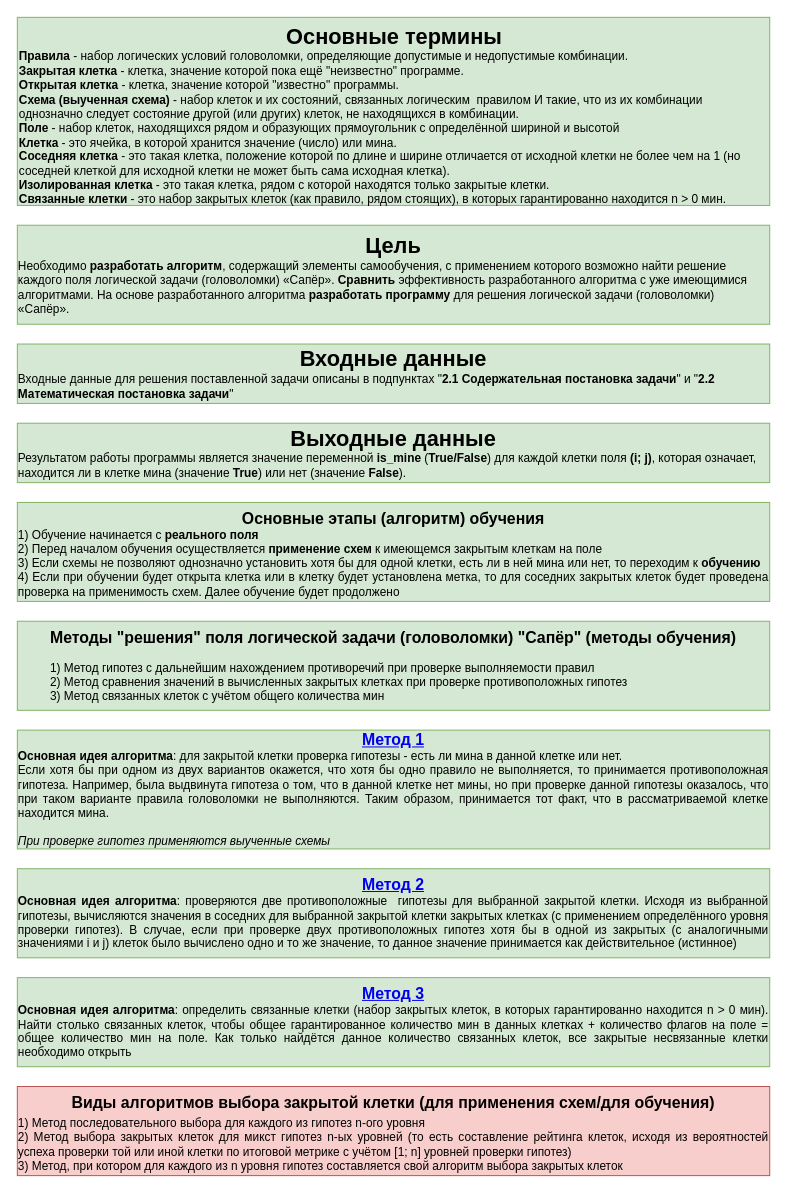
This is page "Основные данные" (2 of 11) of docs/Сапёр. Описание работы.drawio from xex238/Diploma_2022, a draw.io file, before an edit. Source tidied: cells renumbered, new cells numbered last; positions are measured from the earlier drawing's top-left corner, leaving out a move shared by most shapes. Both pictures are drawn from the tidied source at 99%, with x=0, y=0 at pixel (17, 17).
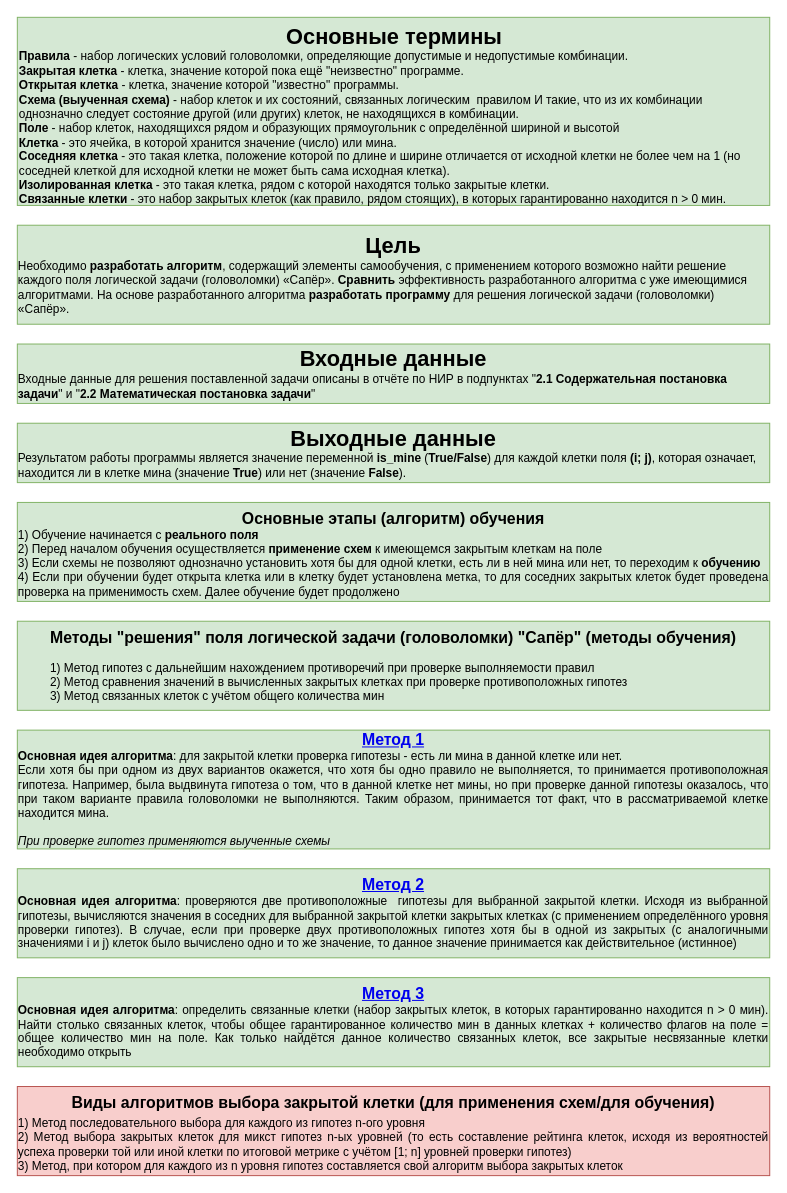
The same diagram, later.

Diff of the diagram source:
```diff
@@
 <mxGraphModel>
   <root>
     <mxCell id="0" />
     <mxCell id="1" parent="0" />
     <mxCell id="2" value="&lt;div style=&quot;text-align: center&quot;&gt;&lt;span&gt;&lt;font style=&quot;font-size: 22px&quot;&gt;&lt;b&gt;Основные термины&lt;/b&gt;&lt;/font&gt;&lt;/span&gt;&lt;/div&gt;&lt;b&gt;Правила&lt;/b&gt; - набор логических условий головоломки, определяющие допустимые и недопустимые комбинации.&lt;br&gt;&lt;b&gt;Закрытая клетка&lt;/b&gt; - клетка, значение которой пока ещё &quot;неизвестно&quot; программе.&lt;br&gt;&lt;b&gt;Открытая клетка&lt;/b&gt; - клетка, значение которой &quot;известно&quot; программы.&lt;br&gt;&lt;b&gt;Схема (выученная схема)&lt;/b&gt; - набор клеток и их состояний, связанных логическим&amp;nbsp; правилом И такие, что из их комбинации однозначно следует состояние другой (или других) клеток, не находящихся в комбинации.&lt;br&gt;&lt;b&gt;Поле&lt;/b&gt; - набор клеток, находящихся рядом и образующих прямоугольник с определённой шириной и высотой&lt;br&gt;&lt;b&gt;Клетка&lt;/b&gt; - это ячейка, в которой хранится значение (число) или мина.&lt;br&gt;&lt;b&gt;Соседняя клетка&lt;/b&gt; - это такая клетка, положение которой по длине и ширине отличается от исходной клетки не более чем на 1 (но соседней клеткой для исходной клетки не может быть сама исходная клетка).&lt;br&gt;&lt;b&gt;Изолированная клетка&lt;/b&gt; - это такая клетка, рядом с которой находятся только закрытые клетки.&lt;br&gt;&lt;b&gt;Связанные клетки&lt;/b&gt; - это набор закрытых клеток (как правило, рядом стоящих), в которых гарантированно находится n &amp;gt; 0 мин." style="text;html=1;align=left;verticalAlign=top;whiteSpace=wrap;rounded=0;fillColor=#d5e8d4;strokeColor=#82b366;" parent="1" vertex="1">
       <mxGeometry width="760" height="190" as="geometry" />
     </mxCell>
     <mxCell id="3" value="&lt;b style=&quot;font-size: 22px&quot;&gt;Цель&lt;/b&gt;&lt;br&gt;&lt;div style=&quot;text-align: left&quot;&gt;Необходимо&amp;nbsp;&lt;b&gt;разработать алгоритм&lt;/b&gt;, содержащий элементы самообучения, с применением которого возможно найти решение каждого поля логической задачи (головоломки) «Сапёр». &lt;b&gt;Сравнить&lt;/b&gt; эффективность разработанного алгоритма с уже имеющимися алгоритмами. На основе разработанного алгоритма &lt;b&gt;разработать программу&lt;/b&gt; для решения логической задачи (головоломки) «Сапёр».&lt;br&gt;&lt;/div&gt;" style="text;html=1;strokeColor=#82b366;fillColor=#d5e8d4;align=center;verticalAlign=middle;whiteSpace=wrap;rounded=0;" parent="1" vertex="1">
       <mxGeometry y="210" width="760" height="100" as="geometry" />
     </mxCell>
-    <mxCell id="4" value="&lt;b&gt;&lt;font style=&quot;font-size: 22px&quot;&gt;Входные данные&lt;/font&gt;&lt;/b&gt;&lt;br&gt;&lt;div style=&quot;text-align: left&quot;&gt;Входные данные для решения поставленной задачи описаны в подпунктах &quot;&lt;b&gt;2.1 Содержательная постановка задачи&lt;/b&gt;&quot; и &quot;&lt;b&gt;2.2 Математическая постановка задачи&lt;/b&gt;&quot;&lt;/div&gt;" style="text;html=1;strokeColor=#82b366;fillColor=#d5e8d4;align=center;verticalAlign=middle;whiteSpace=wrap;rounded=0;" parent="1" vertex="1">
+    <mxCell id="4" value="&lt;b&gt;&lt;font style=&quot;font-size: 22px&quot;&gt;Входные данные&lt;/font&gt;&lt;/b&gt;&lt;br&gt;&lt;div style=&quot;text-align: left&quot;&gt;Входные данные для решения поставленной задачи описаны в отчёте по НИР в подпунктах &quot;&lt;b&gt;2.1 Содержательная постановка задачи&lt;/b&gt;&quot; и &quot;&lt;b&gt;2.2 Математическая постановка задачи&lt;/b&gt;&quot;&lt;/div&gt;" style="text;html=1;strokeColor=#82b366;fillColor=#d5e8d4;align=center;verticalAlign=middle;whiteSpace=wrap;rounded=0;" parent="1" vertex="1">
       <mxGeometry y="330" width="760" height="60" as="geometry" />
     </mxCell>
     <mxCell id="5" value="&lt;b&gt;&lt;font style=&quot;font-size: 22px&quot;&gt;Выходные данные&lt;/font&gt;&lt;/b&gt;&lt;br&gt;&lt;div style=&quot;text-align: left&quot;&gt;Результатом работы программы является значение переменной &lt;b&gt;is_mine&lt;/b&gt; (&lt;b&gt;True/False&lt;/b&gt;) для каждой клетки поля &lt;b&gt;(i; j)&lt;/b&gt;, которая означает, находится ли в клетке мина (значение &lt;b&gt;True&lt;/b&gt;) или нет (значение &lt;b&gt;False&lt;/b&gt;).&lt;/div&gt;" style="text;html=1;strokeColor=#82b366;fillColor=#d5e8d4;align=center;verticalAlign=middle;whiteSpace=wrap;rounded=0;" parent="1" vertex="1">
       <mxGeometry y="410" width="760" height="60" as="geometry" />
     </mxCell>
     <mxCell id="6" value="&lt;font style=&quot;font-size: 16px&quot;&gt;&lt;b&gt;Основные этапы (алгоритм) обучения&lt;/b&gt;&lt;/font&gt;&lt;br&gt;&lt;div style=&quot;text-align: justify&quot;&gt;1) Обучение начинается с&amp;nbsp;&lt;b&gt;реального поля&lt;/b&gt;&lt;/div&gt;&lt;div style=&quot;text-align: justify&quot;&gt;2) Перед началом обучения осуществляется&amp;nbsp;&lt;b&gt;применение схем&lt;/b&gt;&amp;nbsp;к имеющемся закрытым клеткам на поле&lt;/div&gt;&lt;div style=&quot;text-align: justify&quot;&gt;3) Если схемы не позволяют однозначно установить хотя бы для одной клетки, есть ли в ней мина или нет, то переходим к&amp;nbsp;&lt;b&gt;обучению&lt;/b&gt;&lt;/div&gt;&lt;div style=&quot;text-align: justify&quot;&gt;4) Если при обучении будет открыта клетка или в клетку будет установлена метка, то для соседних закрытых клеток будет проведена проверка на применимость схем. Далее обучение будет продолжено&lt;/div&gt;" style="text;html=1;strokeColor=#82b366;fillColor=#d5e8d4;align=center;verticalAlign=top;whiteSpace=wrap;rounded=0;" parent="1" vertex="1">
       <mxGeometry y="490" width="760" height="100" as="geometry" />
     </mxCell>
     <mxCell id="7" value="&lt;b style=&quot;font-size: 16px&quot;&gt;Методы &quot;решения&quot; поля логической задачи (головоломки) &quot;Сапёр&quot; (методы обучения)&lt;/b&gt;&lt;br&gt;&lt;div style=&quot;text-align: left&quot;&gt;&lt;br&gt;&lt;/div&gt;&lt;div style=&quot;text-align: left&quot;&gt;1) Метод гипотез с дальнейшим нахождением противоречий при проверке выполняемости правил&lt;/div&gt;&lt;div style=&quot;text-align: left&quot;&gt;2) Метод сравнения значений в вычисленных закрытых клетках при проверке противоположных гипотез&lt;/div&gt;&lt;div style=&quot;text-align: left&quot;&gt;3) Метод связанных клеток с учётом общего количества мин&lt;/div&gt;" style="text;html=1;strokeColor=#82b366;fillColor=#d5e8d4;align=center;verticalAlign=top;whiteSpace=wrap;rounded=0;" parent="1" vertex="1">
       <mxGeometry y="610" width="760" height="90" as="geometry" />
     </mxCell>
     <mxCell id="8" value="&lt;div&gt;&lt;b&gt;&lt;font style=&quot;font-size: 16px&quot;&gt;&lt;a href=&quot;data:page/id,lBLYAwubt_yJ_cDXia77&quot;&gt;Метод 1&lt;/a&gt;&lt;/font&gt;&lt;/b&gt;&lt;/div&gt;&lt;div style=&quot;text-align: justify&quot;&gt;&lt;b&gt;Основная идея алгоритма&lt;/b&gt;: для закрытой клетки проверка гипотезы - есть ли мина в данной клетке или нет.&lt;/div&gt;&lt;div style=&quot;text-align: justify&quot;&gt;Если хотя бы при одном из двух вариантов окажется, что хотя бы одно правило не выполняется, то принимается противоположная гипотеза. Например, была выдвинута гипотеза о том, что в данной клетке нет мины, но при проверке данной гипотезы оказалось, что при таком варианте правила головоломки не выполняются. Таким образом, принимается тот факт, что в рассматриваемой клетке находится мина.&lt;/div&gt;&lt;div style=&quot;text-align: justify&quot;&gt;&lt;br&gt;&lt;/div&gt;&lt;div style=&quot;text-align: justify&quot;&gt;&lt;i&gt;При проверке гипотез применяются выученные схемы&lt;/i&gt;&lt;/div&gt;" style="text;html=1;strokeColor=#82b366;fillColor=#d5e8d4;align=center;verticalAlign=middle;whiteSpace=wrap;rounded=0;" parent="1" vertex="1">
       <mxGeometry y="720" width="760" height="120" as="geometry" />
     </mxCell>
     <mxCell id="9" value="&lt;b&gt;&lt;font style=&quot;font-size: 16px&quot;&gt;&lt;a href=&quot;data:page/id,VxxJrJxzwF6EyF60WCGu&quot;&gt;Метод 2&lt;/a&gt;&lt;/font&gt;&lt;/b&gt;&lt;br&gt;&lt;div style=&quot;text-align: justify&quot;&gt;&lt;b&gt;Основная идея алгоритма&lt;/b&gt;: проверяются две противоположные&amp;nbsp; гипотезы для выбранной закрытой клетки. Исходя из выбранной гипотезы, вычисляются значения в соседних для выбранной закрытой клетки закрытых клетках (с применением определённого уровня проверки гипотез). В случае, если при проверке двух противоположных гипотез хотя бы в одной из закрытых (с аналогичными значениями i и j) клеток было вычислено одно и то же значение, то данное значение принимается как действительное (истинное)&lt;/div&gt;" style="text;html=1;strokeColor=#82b366;fillColor=#d5e8d4;align=center;verticalAlign=top;whiteSpace=wrap;rounded=0;" parent="1" vertex="1">
       <mxGeometry y="860" width="760" height="90" as="geometry" />
     </mxCell>
     <mxCell id="10" value="&lt;b&gt;&lt;font style=&quot;font-size: 16px&quot;&gt;&lt;a href=&quot;data:page/id,YfBf28iRcF_CujNrgWZi&quot;&gt;Метод 3&lt;/a&gt;&lt;/font&gt;&lt;/b&gt;&lt;br&gt;&lt;div style=&quot;text-align: justify&quot;&gt;&lt;b&gt;Основная идея алгоритма&lt;/b&gt;: определить связанные клетки (набор закрытых клеток, в которых гарантированно находится n &amp;gt; 0 мин). Найти столько связанных клеток, чтобы общее гарантированное количество мин в данных клетках + количество флагов на поле = общее количество мин на поле. Как только найдётся данное количество связанных клеток, все закрытые несвязанные клетки необходимо открыть&lt;/div&gt;" style="text;html=1;strokeColor=#82b366;fillColor=#d5e8d4;align=center;verticalAlign=top;whiteSpace=wrap;rounded=0;" parent="1" vertex="1">
       <mxGeometry y="970" width="760" height="90" as="geometry" />
     </mxCell>
     <mxCell id="11" value="&lt;b style=&quot;font-size: 16px&quot;&gt;Виды алгоритмов выбора закрытой клетки (для применения схем/для обучения)&lt;br&gt;&lt;div style=&quot;text-align: justify&quot;&gt;&lt;span style=&quot;font-size: 12px ; font-weight: normal&quot;&gt;1) Метод последовательного выбора для каждого из гипотез n-ого уровня&lt;/span&gt;&lt;/div&gt;&lt;/b&gt;&lt;div style=&quot;text-align: justify&quot;&gt;2) Метод выбора закрытых клеток для микст гипотез n-ых уровней (то есть составление рейтинга клеток, исходя из вероятностей успеха проверки той или иной клетки по итоговой метрике с учётом [1; n] уровней проверки гипотез)&lt;/div&gt;&lt;div style=&quot;text-align: justify&quot;&gt;3) Метод, при котором для каждого из n уровня гипотез составляется свой алгоритм выбора закрытых клеток&lt;/div&gt;" style="text;html=1;strokeColor=#b85450;fillColor=#f8cecc;align=center;verticalAlign=top;whiteSpace=wrap;rounded=0;" parent="1" vertex="1">
       <mxGeometry y="1080" width="760" height="90" as="geometry" />
     </mxCell>
   </root>
 </mxGraphModel>
```
